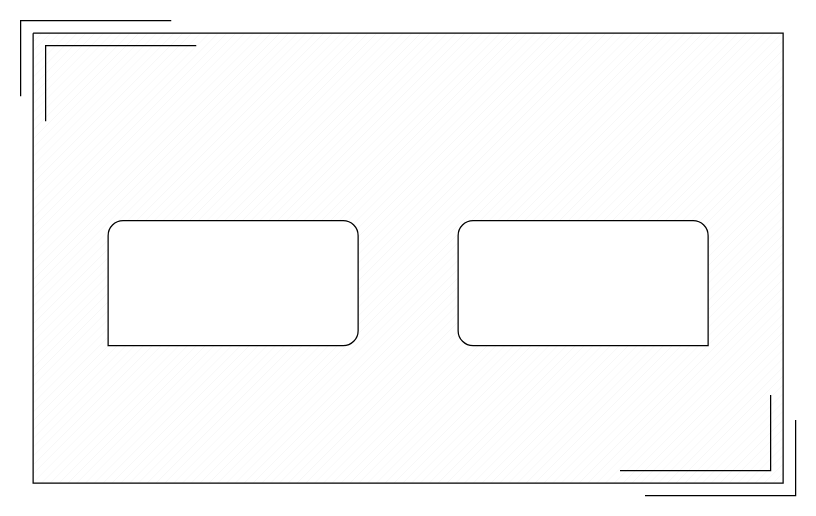
mikazukii-code/lost_artifact_demo keeps this draw.io diagram as Untitled Diagram.drawio. Above is the earlier version. Source tidied: cells renumbered, new cells numbered last; positions are measured from the earlier drawing's top-left corner, leaving out a move shared by most shapes. Both pictures are drawn from the tidied source at 125%, with x=0, y=0 at pixel (20, 20).
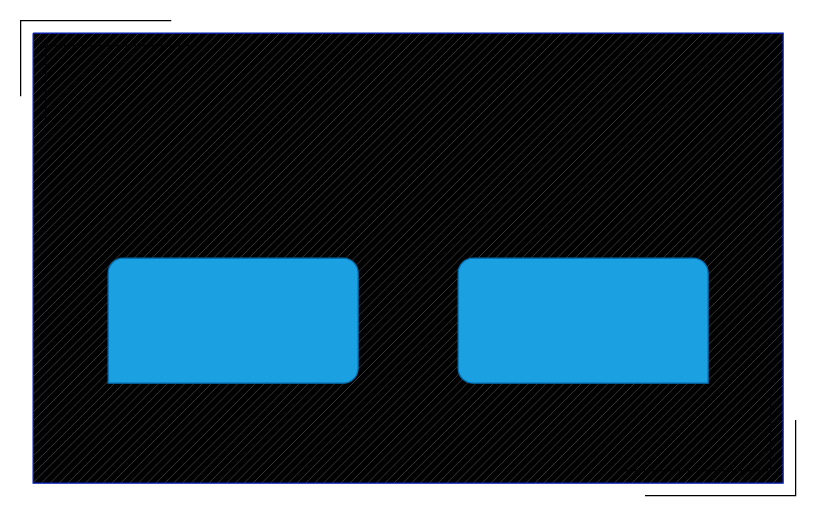
Above is the later version.

The edit, as a diff of the source:
```diff
@@
 <mxGraphModel>
   <root>
     <mxCell id="0" />
     <mxCell id="1" parent="0" />
-    <mxCell id="2" style="verticalLabelPosition=bottom;verticalAlign=top;html=1;shape=mxgraph.basic.patternFillRect;fillStyle=diag;step=5;fillStrokeWidth=0.2;fillStrokeColor=#dddddd;" parent="1" vertex="1">
+    <mxCell id="2" style="verticalLabelPosition=bottom;verticalAlign=top;html=1;shape=mxgraph.basic.patternFillRect;fillStyle=diag;step=5;fillStrokeWidth=0.2;fillStrokeColor=#dddddd;fillColor=light-dark(#0050EF,#374466);fontColor=#ffffff;strokeColor=#001DBC;gradientColor=light-dark(#000000,#DAAFFF);gradientDirection=east;" parent="1" vertex="1">
       <mxGeometry x="10" y="10" width="600" height="360" as="geometry" />
     </mxCell>
     <mxCell id="3" style="shape=partialRectangle;whiteSpace=wrap;html=1;bottom=0;right=0;fillColor=none;" parent="1" vertex="1">
       <mxGeometry width="120" height="60" as="geometry" />
     </mxCell>
     <mxCell id="4" style="shape=partialRectangle;whiteSpace=wrap;html=1;top=0;left=0;fillColor=none;" parent="1" vertex="1">
       <mxGeometry x="500" y="320" width="120" height="60" as="geometry" />
     </mxCell>
     <mxCell id="5" style="shape=partialRectangle;whiteSpace=wrap;html=1;top=0;left=0;fillColor=none;" parent="1" vertex="1">
       <mxGeometry x="480" y="300" width="120" height="60" as="geometry" />
     </mxCell>
     <mxCell id="6" style="shape=partialRectangle;whiteSpace=wrap;html=1;bottom=0;right=0;fillColor=none;" parent="1" vertex="1">
       <mxGeometry x="20" y="20" width="120" height="60" as="geometry" />
     </mxCell>
-    <mxCell id="7" style="verticalLabelPosition=bottom;verticalAlign=top;html=1;shape=mxgraph.basic.three_corner_round_rect;dx=6;whiteSpace=wrap;" parent="1" vertex="1">
-      <mxGeometry x="70" y="160" width="200" height="100" as="geometry" />
+    <mxCell id="7" style="verticalLabelPosition=bottom;verticalAlign=top;html=1;shape=mxgraph.basic.three_corner_round_rect;dx=6;whiteSpace=wrap;fillColor=#1ba1e2;fontColor=#ffffff;strokeColor=#006EAF;" parent="1" vertex="1">
+      <mxGeometry x="70" y="190" width="200" height="100" as="geometry" />
     </mxCell>
-    <mxCell id="8" style="verticalLabelPosition=bottom;verticalAlign=top;html=1;shape=mxgraph.basic.three_corner_round_rect;dx=6;whiteSpace=wrap;rotation=-90;" parent="1" vertex="1">
-      <mxGeometry x="400" y="110" width="100" height="200" as="geometry" />
+    <mxCell id="8" style="verticalLabelPosition=bottom;verticalAlign=top;html=1;shape=mxgraph.basic.three_corner_round_rect;dx=6;whiteSpace=wrap;rotation=-90;fillColor=#1ba1e2;fontColor=#ffffff;strokeColor=#006EAF;" parent="1" vertex="1">
+      <mxGeometry x="400" y="140" width="100" height="200" as="geometry" />
     </mxCell>
   </root>
 </mxGraphModel>
```
